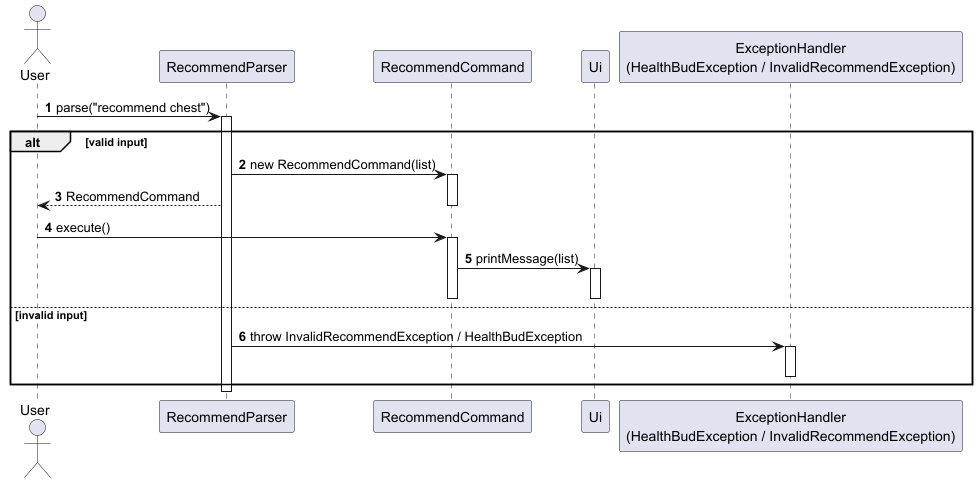
Above: docs/images/RecommendSD.png in Jasonlobo21/tp (PlantUML), before the change.
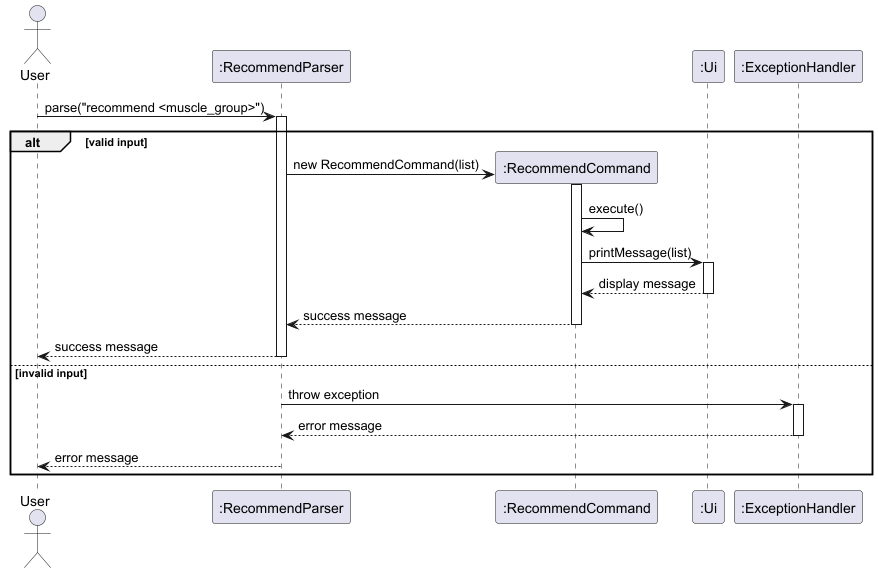
After the change.

Commit message:
update recommend SD and loglist CD

Change to the diagram source:
```diff
@@ -1,34 +1,39 @@
 @startuml
-autonumber
 
 actor User
-participant "RecommendParser" as Parser
-participant "RecommendCommand"
-participant "Ui"
-participant "ExceptionHandler\n(HealthBudException / InvalidRecommendException)" as ExceptionHandler
+participant ":RecommendParser"
+participant ":RecommendCommand"
+participant ":Ui"
+participant ":ExceptionHandler"
 
-User -> Parser: parse("recommend chest")
-activate Parser
+User -> ":RecommendParser": parse("recommend <muscle_group>")
+activate ":RecommendParser"
 
 alt valid input
-    Parser -> RecommendCommand: new RecommendCommand(list)
-    activate RecommendCommand
-    Parser --> User: RecommendCommand
-    deactivate RecommendCommand
+    create ":RecommendCommand"
+    ":RecommendParser" -> ":RecommendCommand": new RecommendCommand(list)
+    activate ":RecommendCommand"
 
-    User -> RecommendCommand: execute()
-    activate RecommendCommand
+    ":RecommendCommand" -> ":RecommendCommand": execute()
+    ":RecommendCommand" -> ":Ui": printMessage(list)
+    activate ":Ui"
+    ":Ui" --> ":RecommendCommand": display message
+    deactivate ":Ui"
 
-    RecommendCommand -> Ui: printMessage(list)
-    activate Ui
-    deactivate Ui
+    ":RecommendCommand" --> ":RecommendParser": success message
+    deactivate ":RecommendCommand"
 
-    deactivate RecommendCommand
+    ":RecommendParser" --> User: success message
+    deactivate ":RecommendParser"
+
 else invalid input
-    Parser -> ExceptionHandler: throw InvalidRecommendException / HealthBudException
-    activate ExceptionHandler
-    deactivate ExceptionHandler
+    ":RecommendParser" -> ":ExceptionHandler": throw exception
+    activate ":ExceptionHandler"
+    ":ExceptionHandler" --> ":RecommendParser": error message
+    deactivate ":ExceptionHandler"
+
+    ":RecommendParser" --> User: error message
+    deactivate ":RecommendParser"
 end
 
-deactivate Parser
 @enduml
```
